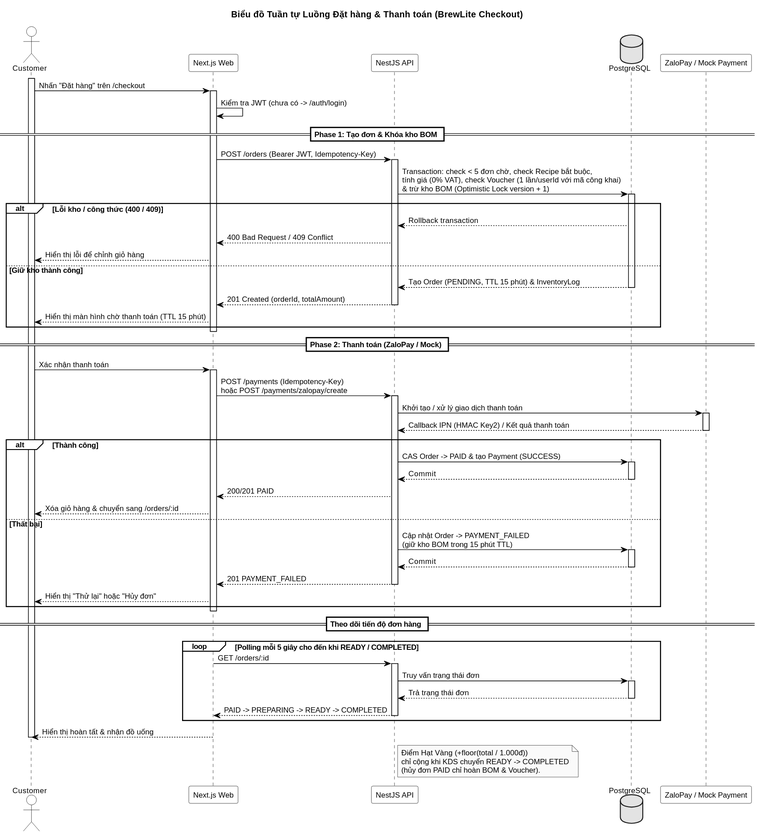
Above: docs/diagrams/sequence-checkout.svg in MaGiaVy/BrewLite_project (PlantUML), before the change.
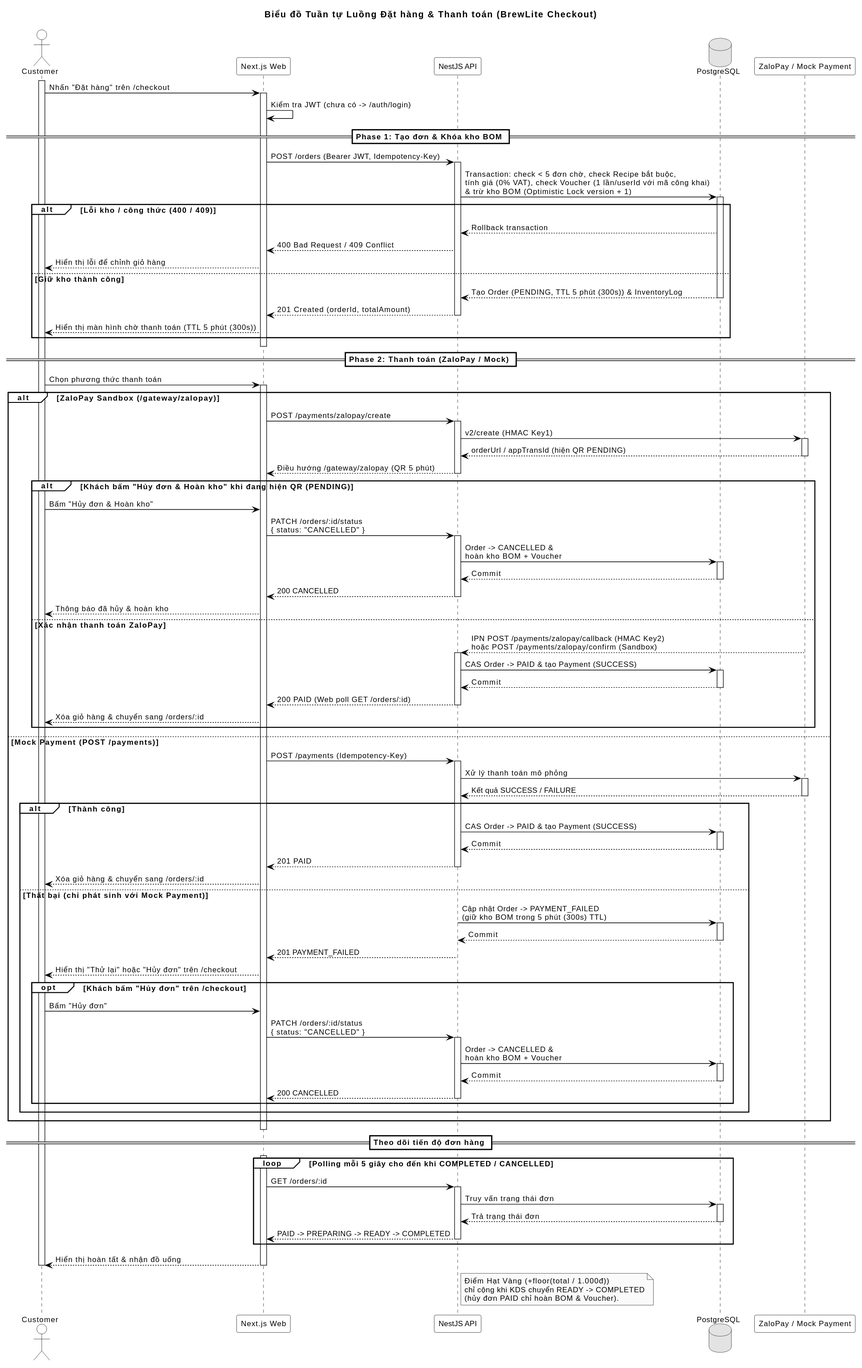
Later version of the same file.

Change to the diagram source:
```diff
@@ -47,47 +47,94 @@
   API --> Web : 400 Bad Request / 409 Conflict
   Web --> Customer : Hiển thị lỗi để chỉnh giỏ hàng
 else Giữ kho thành công
-  DB --> API : Tạo Order (PENDING, TTL 15 phút) & InventoryLog
+  DB --> API : Tạo Order (PENDING, TTL 5 phút (300s)) & InventoryLog
   deactivate DB
   API --> Web : 201 Created (orderId, totalAmount)
   deactivate API
-  Web --> Customer : Hiển thị màn hình chờ thanh toán (TTL 15 phút)
+  Web --> Customer : Hiển thị màn hình chờ thanh toán (TTL 5 phút (300s))
 end
 deactivate Web
 
 == Phase 2: Thanh toán (ZaloPay / Mock) ==
 
-Customer -> Web : Xác nhận thanh toán
+Customer -> Web : Chọn phương thức thanh toán
 activate Web
-Web -> API : POST /payments (Idempotency-Key)\nhoặc POST /payments/zalopay/create
-activate API
-API -> Gateway : Khởi tạo / xử lý giao dịch thanh toán
-activate Gateway
-Gateway --> API : Callback IPN (HMAC Key2) / Kết quả thanh toán
-deactivate Gateway
 
-alt Thành công
-  API -> DB : CAS Order -> PAID & tạo Payment (SUCCESS)
-  activate DB
-  DB --> API : Commit
-  deactivate DB
-  API --> Web : 200/201 PAID
-  Web --> Customer : Xóa giỏ hàng & chuyển sang /orders/:id
-else Thất bại
-  API -> DB : Cập nhật Order -> PAYMENT_FAILED\n(giữ kho BOM trong 15 phút TTL)
-  activate DB
-  DB --> API : Commit
-  deactivate DB
-  API --> Web : 201 PAYMENT_FAILED
+alt ZaloPay Sandbox (/gateway/zalopay)
+  Web -> API : POST /payments/zalopay/create
+  activate API
+  API -> Gateway : v2/create (HMAC Key1)
+  activate Gateway
+  Gateway --> API : orderUrl / appTransId (hiện QR PENDING)
+  deactivate Gateway
+  API --> Web : Điều hướng /gateway/zalopay (QR 5 phút)
   deactivate API
-  Web --> Customer : Hiển thị "Thử lại" hoặc "Hủy đơn"
+
+  alt Khách bấm "Hủy đơn & Hoàn kho" khi đang hiện QR (PENDING)
+    Customer -> Web : Bấm "Hủy đơn & Hoàn kho"
+    Web -> API : PATCH /orders/:id/status\n{ status: "CANCELLED" }
+    activate API
+    API -> DB : Order -> CANCELLED &\nhoàn kho BOM + Voucher
+    activate DB
+    DB --> API : Commit
+    deactivate DB
+    API --> Web : 200 CANCELLED
+    deactivate API
+    Web --> Customer : Thông báo đã hủy & hoàn kho
+  else Xác nhận thanh toán ZaloPay
+    Gateway --> API : IPN POST /payments/zalopay/callback (HMAC Key2)\nhoặc POST /payments/zalopay/confirm (Sandbox)
+    activate API
+    API -> DB : CAS Order -> PAID & tạo Payment (SUCCESS)
+    activate DB
+    DB --> API : Commit
+    deactivate DB
+    API --> Web : 200 PAID (Web poll GET /orders/:id)
+    deactivate API
+    Web --> Customer : Xóa giỏ hàng & chuyển sang /orders/:id
+  end
+else Mock Payment (POST /payments)
+  Web -> API : POST /payments (Idempotency-Key)
+  activate API
+  API -> Gateway : Xử lý thanh toán mô phỏng
+  activate Gateway
+  Gateway --> API : Kết quả SUCCESS / FAILURE
+  deactivate Gateway
+
+  alt Thành công
+    API -> DB : CAS Order -> PAID & tạo Payment (SUCCESS)
+    activate DB
+    DB --> API : Commit
+    deactivate DB
+    API --> Web : 201 PAID
+    deactivate API
+    Web --> Customer : Xóa giỏ hàng & chuyển sang /orders/:id
+  else Thất bại (chỉ phát sinh với Mock Payment)
+    API -> DB : Cập nhật Order -> PAYMENT_FAILED\n(giữ kho BOM trong 5 phút (300s) TTL)
+    activate DB
+    DB --> API : Commit
+    deactivate DB
+    API --> Web : 201 PAYMENT_FAILED
+    deactivate API
+    Web --> Customer : Hiển thị "Thử lại" hoặc "Hủy đơn" trên /checkout
+    opt Khách bấm "Hủy đơn" trên /checkout
+      Customer -> Web : Bấm "Hủy đơn"
+      Web -> API : PATCH /orders/:id/status\n{ status: "CANCELLED" }
+      activate API
+      API -> DB : Order -> CANCELLED &\nhoàn kho BOM + Voucher
+      activate DB
+      DB --> API : Commit
+      deactivate DB
+      API --> Web : 200 CANCELLED
+      deactivate API
+    end
+  end
 end
 deactivate Web
 
 == Theo dõi tiến độ đơn hàng ==
 
 activate Web
-loop Polling mỗi 5 giây cho đến khi READY / COMPLETED
+loop Polling mỗi 5 giây cho đến khi COMPLETED / CANCELLED
   Web -> API : GET /orders/:id
   activate API
   API -> DB : Truy vấn trạng thái đơn
```
